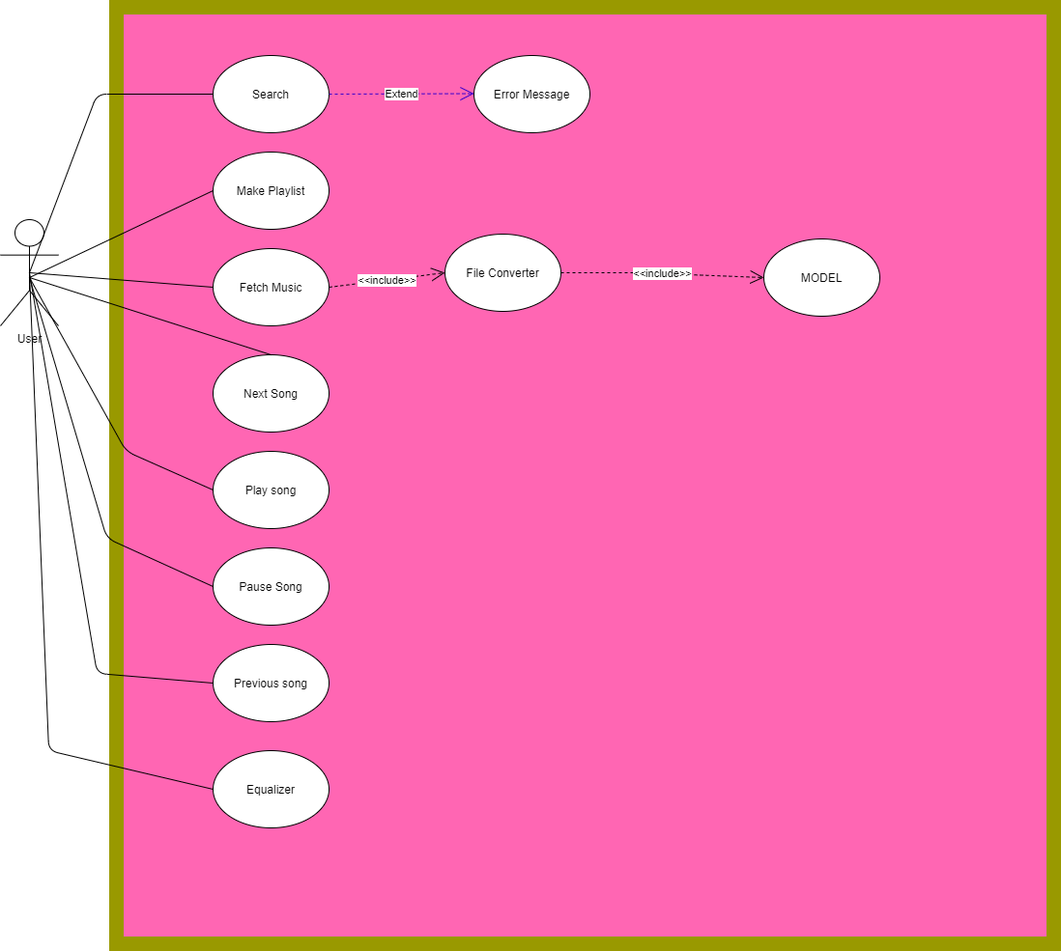
Before: Use_case_Diagram.png, a diagram exported from draw.io (khanna14/HERTZ-Group-27). Source tidied: cells renumbered, new cells last; positions are measured from the earlier drawing's top-left corner, leaving out a move shared by most shapes. The source it was exported from:
```xml
<mxGraphModel>
  <root>
    <mxCell id="0" />
    <mxCell id="1" parent="0" />
    <mxCell id="2" style="whiteSpace=wrap;html=1;fontColor=#ffffff;strokeWidth=15;fillColor=#FF66B3;strokeColor=#999900;" parent="1" vertex="1">
      <mxGeometry x="120" width="970" height="970" as="geometry" />
    </mxCell>
    <mxCell id="3" value="User" style="shape=umlActor;verticalLabelPosition=bottom;verticalAlign=top;html=1;outlineConnect=0;" parent="1" vertex="1">
      <mxGeometry y="220" width="60" height="110" as="geometry" />
    </mxCell>
    <mxCell id="4" value="Search" style="ellipse;whiteSpace=wrap;html=1;" parent="1" vertex="1">
      <mxGeometry x="220" y="50" width="120" height="80" as="geometry" />
    </mxCell>
    <mxCell id="5" value="Fetch Music" style="ellipse;whiteSpace=wrap;html=1;" parent="1" vertex="1">
      <mxGeometry x="220" y="250" width="120" height="80" as="geometry" />
    </mxCell>
    <mxCell id="6" value="Equalizer" style="ellipse;whiteSpace=wrap;html=1;" parent="1" vertex="1">
      <mxGeometry x="220" y="770" width="120" height="80" as="geometry" />
    </mxCell>
    <mxCell id="7" style="endArrow=none;html=1;exitX=0.5;exitY=0.5;exitDx=0;exitDy=0;exitPerimeter=0;entryX=0;entryY=0.5;entryDx=0;entryDy=0;" parent="1" edge="1" source="3" target="4">
      <mxGeometry relative="1" as="geometry">
        <Array as="points">
          <mxPoint x="100" y="90" />
        </Array>
      </mxGeometry>
    </mxCell>
    <mxCell id="8" value="Error Message" style="ellipse;whiteSpace=wrap;html=1;" parent="1" vertex="1">
      <mxGeometry x="490" y="50" width="120" height="80" as="geometry" />
    </mxCell>
    <mxCell id="9" value="Extend&lt;br&gt;" style="endArrow=open;endSize=12;dashed=1;html=1;fillColor=#6a00ff;strokeColor=#3700CC;" parent="1" edge="1">
      <mxGeometry relative="1" as="geometry">
        <mxPoint x="340" y="90" as="sourcePoint" />
        <mxPoint x="490" y="89.5" as="targetPoint" />
      </mxGeometry>
    </mxCell>
    <mxCell id="10" style="endArrow=none;html=1;exitX=0.5;exitY=0.5;exitDx=0;exitDy=0;exitPerimeter=0;entryX=0;entryY=0.5;entryDx=0;entryDy=0;" parent="1" edge="1" source="3" target="5">
      <mxGeometry relative="1" as="geometry" />
    </mxCell>
    <mxCell id="11" value="File Converter&lt;br&gt;" style="ellipse;whiteSpace=wrap;html=1;strokeWidth=1;fillColor=#FFFFFF;" parent="1" vertex="1">
      <mxGeometry x="460" y="235" width="120" height="80" as="geometry" />
    </mxCell>
    <mxCell id="12" value="MODEL" style="ellipse;whiteSpace=wrap;html=1;strokeColor=#000000;strokeWidth=1;fillColor=#FFFFFF;" parent="1" vertex="1">
      <mxGeometry x="790" y="240" width="120" height="80" as="geometry" />
    </mxCell>
    <mxCell id="13" value="&amp;lt;&amp;lt;include&amp;gt;&amp;gt;&lt;br&gt;" style="endArrow=open;endSize=12;dashed=1;html=1;exitX=1;exitY=0.5;exitDx=0;exitDy=0;entryX=0;entryY=0.5;entryDx=0;entryDy=0;" parent="1" edge="1" source="11" target="12">
      <mxGeometry relative="1" as="geometry">
        <Array as="points">
          <mxPoint x="660" y="275" />
        </Array>
      </mxGeometry>
    </mxCell>
    <mxCell id="14" value="&amp;lt;&amp;lt;include&amp;gt;&amp;gt;&lt;br&gt;" style="endArrow=open;endSize=12;dashed=1;html=1;entryX=0;entryY=0.5;entryDx=0;entryDy=0;" parent="1" edge="1" target="11">
      <mxGeometry relative="1" as="geometry">
        <mxPoint x="340" y="290" as="sourcePoint" />
      </mxGeometry>
    </mxCell>
    <mxCell id="15" style="endArrow=none;html=1;exitX=0.5;exitY=0.5;exitDx=0;exitDy=0;exitPerimeter=0;entryX=0;entryY=0.5;entryDx=0;entryDy=0;" parent="1" edge="1" source="3" target="6">
      <mxGeometry relative="1" as="geometry">
        <Array as="points">
          <mxPoint x="50" y="770" />
        </Array>
      </mxGeometry>
    </mxCell>
    <mxCell id="16" value="Play song" style="ellipse;whiteSpace=wrap;html=1;strokeColor=#000000;strokeWidth=1;fillColor=#FFFFFF;" parent="1" vertex="1">
      <mxGeometry x="220" y="460" width="120" height="80" as="geometry" />
    </mxCell>
    <mxCell id="17" value="Pause Song" style="ellipse;whiteSpace=wrap;html=1;strokeColor=#000000;strokeWidth=1;fillColor=#FFFFFF;" parent="1" vertex="1">
      <mxGeometry x="220" y="560" width="120" height="80" as="geometry" />
    </mxCell>
    <mxCell id="18" value="Next Song" style="ellipse;whiteSpace=wrap;html=1;strokeColor=#000000;strokeWidth=1;fillColor=#FFFFFF;" parent="1" vertex="1">
      <mxGeometry x="220" y="360" width="120" height="80" as="geometry" />
    </mxCell>
    <mxCell id="19" value="Previous song&lt;br&gt;" style="ellipse;whiteSpace=wrap;html=1;strokeColor=#000000;strokeWidth=1;fillColor=#FFFFFF;" parent="1" vertex="1">
      <mxGeometry x="220" y="660" width="120" height="80" as="geometry" />
    </mxCell>
    <mxCell id="20" style="endArrow=none;html=1;entryX=0.5;entryY=0;entryDx=0;entryDy=0;" parent="1" edge="1" target="18">
      <mxGeometry relative="1" as="geometry">
        <mxPoint x="30" y="280" as="sourcePoint" />
      </mxGeometry>
    </mxCell>
    <mxCell id="21" style="endArrow=none;html=1;entryX=0;entryY=0.5;entryDx=0;entryDy=0;" parent="1" edge="1" target="16">
      <mxGeometry relative="1" as="geometry">
        <mxPoint x="30" y="280" as="sourcePoint" />
        <Array as="points">
          <mxPoint x="130" y="460" />
        </Array>
      </mxGeometry>
    </mxCell>
    <mxCell id="22" style="endArrow=none;html=1;entryX=0;entryY=0.5;entryDx=0;entryDy=0;" parent="1" edge="1" target="17">
      <mxGeometry relative="1" as="geometry">
        <mxPoint x="30" y="280" as="sourcePoint" />
        <Array as="points">
          <mxPoint x="110" y="550" />
        </Array>
      </mxGeometry>
    </mxCell>
    <mxCell id="23" style="endArrow=none;html=1;exitX=0.5;exitY=0.5;exitDx=0;exitDy=0;exitPerimeter=0;entryX=0;entryY=0.5;entryDx=0;entryDy=0;" parent="1" edge="1" source="3" target="19">
      <mxGeometry relative="1" as="geometry">
        <Array as="points">
          <mxPoint x="100" y="690" />
        </Array>
      </mxGeometry>
    </mxCell>
    <mxCell id="24" value="Make Playlist" style="ellipse;whiteSpace=wrap;html=1;strokeColor=#000000;strokeWidth=1;fillColor=#FFFFFF;" parent="1" vertex="1">
      <mxGeometry x="220" y="150" width="120" height="80" as="geometry" />
    </mxCell>
    <mxCell id="25" style="endArrow=none;html=1;entryX=0;entryY=0.5;entryDx=0;entryDy=0;" parent="1" edge="1" target="24">
      <mxGeometry relative="1" as="geometry">
        <mxPoint x="30" y="280" as="sourcePoint" />
      </mxGeometry>
    </mxCell>
  </root>
</mxGraphModel>
```
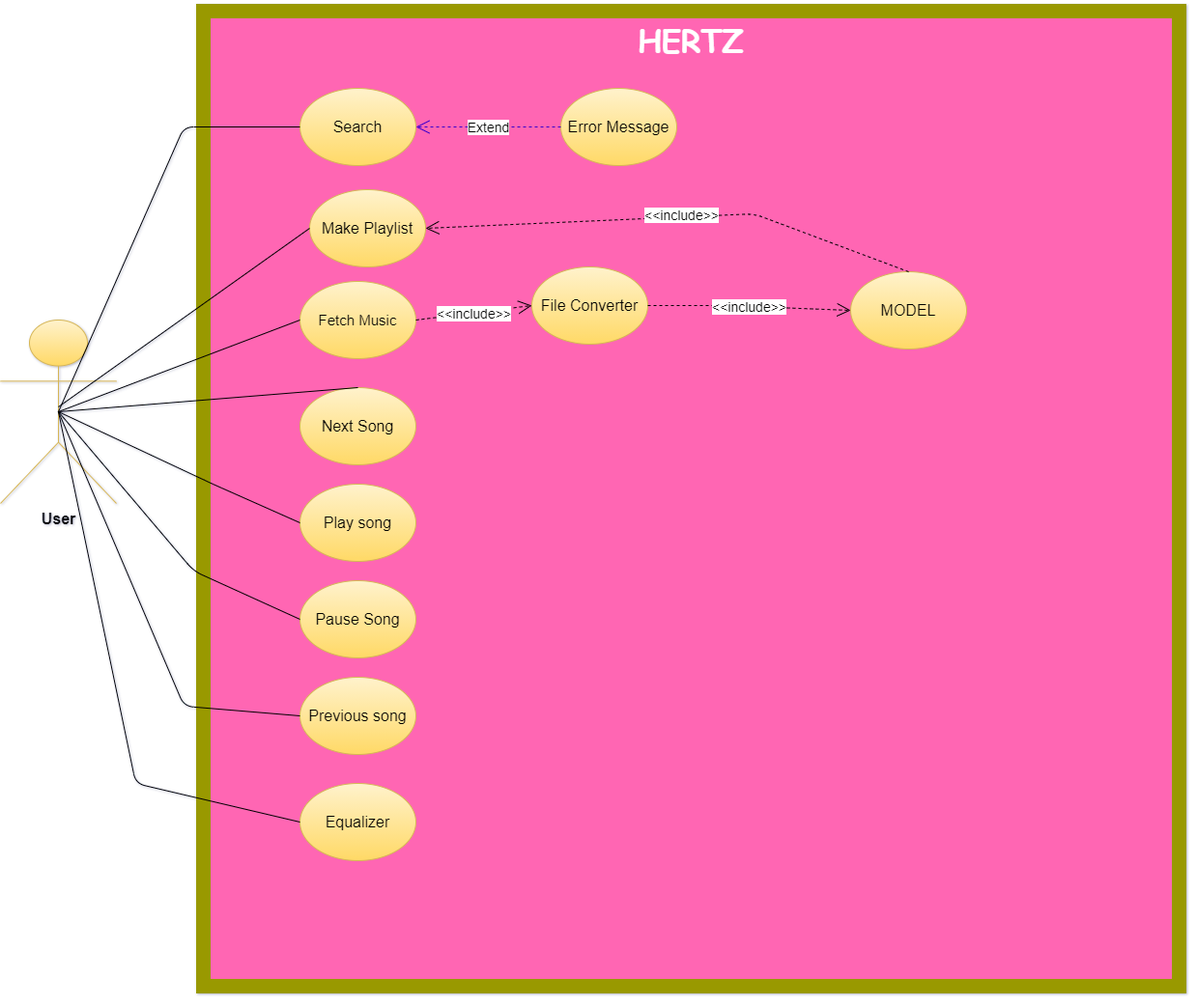
After the commit.

The edit, as a diff of the source:
```diff
@@ -1,20 +1,20 @@
-<mxGraphModel>
+<mxGraphModel shadow="1">
   <root>
     <mxCell id="0" />
     <mxCell id="1" parent="0" />
-    <mxCell id="2" style="whiteSpace=wrap;html=1;fontColor=#ffffff;strokeWidth=15;fillColor=#FF66B3;strokeColor=#999900;" parent="1" vertex="1">
-      <mxGeometry x="120" width="970" height="970" as="geometry" />
+    <mxCell id="2" style="whiteSpace=wrap;html=1;fontColor=#ffffff;strokeWidth=15;fillColor=#FF66B3;strokeColor=#999900;fontSize=17;" parent="1" vertex="1">
+      <mxGeometry x="120" y="-30" width="1010" height="1010" as="geometry" />
     </mxCell>
-    <mxCell id="3" value="User" style="shape=umlActor;verticalLabelPosition=bottom;verticalAlign=top;html=1;outlineConnect=0;" parent="1" vertex="1">
-      <mxGeometry y="220" width="60" height="110" as="geometry" />
+    <mxCell id="3" value="&lt;b&gt;&lt;font style=&quot;font-size: 16px&quot;&gt;User&lt;/font&gt;&lt;/b&gt;" style="shape=umlActor;verticalLabelPosition=bottom;verticalAlign=top;html=1;outlineConnect=0;gradientColor=#ffd966;fillColor=#fff2cc;strokeColor=#d6b656;" parent="1" vertex="1">
+      <mxGeometry x="-90" y="290" width="120" height="190" as="geometry" />
     </mxCell>
-    <mxCell id="4" value="Search" style="ellipse;whiteSpace=wrap;html=1;" parent="1" vertex="1">
+    <mxCell id="4" value="&lt;font style=&quot;font-size: 16px&quot;&gt;Search&lt;/font&gt;" style="ellipse;whiteSpace=wrap;html=1;gradientColor=#ffd966;fillColor=#fff2cc;strokeColor=#d6b656;" parent="1" vertex="1">
       <mxGeometry x="220" y="50" width="120" height="80" as="geometry" />
     </mxCell>
-    <mxCell id="5" value="Fetch Music" style="ellipse;whiteSpace=wrap;html=1;" parent="1" vertex="1">
+    <mxCell id="5" value="&lt;font style=&quot;font-size: 15px&quot;&gt;Fetch Music&lt;/font&gt;" style="ellipse;whiteSpace=wrap;html=1;gradientColor=#ffd966;fillColor=#fff2cc;strokeColor=#d6b656;" parent="1" vertex="1">
       <mxGeometry x="220" y="250" width="120" height="80" as="geometry" />
     </mxCell>
-    <mxCell id="6" value="Equalizer" style="ellipse;whiteSpace=wrap;html=1;" parent="1" vertex="1">
+    <mxCell id="6" value="&lt;font style=&quot;font-size: 16px&quot;&gt;Equalizer&lt;/font&gt;" style="ellipse;whiteSpace=wrap;html=1;gradientColor=#ffd966;fillColor=#fff2cc;strokeColor=#d6b656;" parent="1" vertex="1">
       <mxGeometry x="220" y="770" width="120" height="80" as="geometry" />
     </mxCell>
     <mxCell id="7" style="endArrow=none;html=1;exitX=0.5;exitY=0.5;exitDx=0;exitDy=0;exitPerimeter=0;entryX=0;entryY=0.5;entryDx=0;entryDy=0;" parent="1" edge="1" source="3" target="4">
@@ -24,32 +24,33 @@
         </Array>
       </mxGeometry>
     </mxCell>
-    <mxCell id="8" value="Error Message" style="ellipse;whiteSpace=wrap;html=1;" parent="1" vertex="1">
+    <mxCell id="8" value="&lt;font style=&quot;font-size: 16px&quot;&gt;Error Message&lt;/font&gt;" style="ellipse;whiteSpace=wrap;html=1;gradientColor=#ffd966;fillColor=#fff2cc;strokeColor=#d6b656;" parent="1" vertex="1">
       <mxGeometry x="490" y="50" width="120" height="80" as="geometry" />
     </mxCell>
-    <mxCell id="9" value="Extend&lt;br&gt;" style="endArrow=open;endSize=12;dashed=1;html=1;fillColor=#6a00ff;strokeColor=#3700CC;" parent="1" edge="1">
+    <mxCell id="9" value="Extend&lt;br style=&quot;font-size: 14px;&quot;&gt;" style="endArrow=open;endSize=12;dashed=1;html=1;fillColor=#6a00ff;strokeColor=#3700CC;entryX=1;entryY=0.5;entryDx=0;entryDy=0;exitX=0;exitY=0.5;exitDx=0;exitDy=0;labelBackgroundColor=#FFFFFF;fontSize=14;" parent="1" edge="1" source="8" target="4">
       <mxGeometry relative="1" as="geometry">
-        <mxPoint x="340" y="90" as="sourcePoint" />
-        <mxPoint x="490" y="89.5" as="targetPoint" />
+        <Array as="points">
+          <mxPoint x="410" y="90" />
+        </Array>
       </mxGeometry>
     </mxCell>
     <mxCell id="10" style="endArrow=none;html=1;exitX=0.5;exitY=0.5;exitDx=0;exitDy=0;exitPerimeter=0;entryX=0;entryY=0.5;entryDx=0;entryDy=0;" parent="1" edge="1" source="3" target="5">
       <mxGeometry relative="1" as="geometry" />
     </mxCell>
-    <mxCell id="11" value="File Converter&lt;br&gt;" style="ellipse;whiteSpace=wrap;html=1;strokeWidth=1;fillColor=#FFFFFF;" parent="1" vertex="1">
+    <mxCell id="11" value="&lt;font style=&quot;font-size: 16px&quot;&gt;File Converter&lt;/font&gt;" style="ellipse;whiteSpace=wrap;html=1;strokeWidth=1;fillColor=#fff2cc;gradientColor=#ffd966;strokeColor=#d6b656;" parent="1" vertex="1">
       <mxGeometry x="460" y="235" width="120" height="80" as="geometry" />
     </mxCell>
-    <mxCell id="12" value="MODEL" style="ellipse;whiteSpace=wrap;html=1;strokeColor=#000000;strokeWidth=1;fillColor=#FFFFFF;" parent="1" vertex="1">
+    <mxCell id="12" value="&lt;font style=&quot;font-size: 16px&quot;&gt;MODEL&lt;/font&gt;" style="ellipse;whiteSpace=wrap;html=1;strokeColor=#d6b656;strokeWidth=1;fillColor=#fff2cc;gradientColor=#ffd966;" parent="1" vertex="1">
       <mxGeometry x="790" y="240" width="120" height="80" as="geometry" />
     </mxCell>
-    <mxCell id="13" value="&amp;lt;&amp;lt;include&amp;gt;&amp;gt;&lt;br&gt;" style="endArrow=open;endSize=12;dashed=1;html=1;exitX=1;exitY=0.5;exitDx=0;exitDy=0;entryX=0;entryY=0.5;entryDx=0;entryDy=0;" parent="1" edge="1" source="11" target="12">
+    <mxCell id="13" value="&amp;lt;&amp;lt;include&amp;gt;&amp;gt;&lt;br style=&quot;font-size: 14px;&quot;&gt;" style="endArrow=open;endSize=12;dashed=1;html=1;exitX=1;exitY=0.5;exitDx=0;exitDy=0;entryX=0;entryY=0.5;entryDx=0;entryDy=0;fontSize=14;" parent="1" edge="1" source="11" target="12">
       <mxGeometry relative="1" as="geometry">
         <Array as="points">
           <mxPoint x="660" y="275" />
         </Array>
       </mxGeometry>
     </mxCell>
-    <mxCell id="14" value="&amp;lt;&amp;lt;include&amp;gt;&amp;gt;&lt;br&gt;" style="endArrow=open;endSize=12;dashed=1;html=1;entryX=0;entryY=0.5;entryDx=0;entryDy=0;" parent="1" edge="1" target="11">
+    <mxCell id="14" value="&lt;font style=&quot;font-size: 14px&quot;&gt;&amp;lt;&amp;lt;include&amp;gt;&amp;gt;&lt;/font&gt;" style="endArrow=open;endSize=12;dashed=1;html=1;entryX=0;entryY=0.5;entryDx=0;entryDy=0;" parent="1" edge="1" target="11">
       <mxGeometry relative="1" as="geometry">
         <mxPoint x="340" y="290" as="sourcePoint" />
       </mxGeometry>
@@ -61,34 +62,30 @@
         </Array>
       </mxGeometry>
     </mxCell>
-    <mxCell id="16" value="Play song" style="ellipse;whiteSpace=wrap;html=1;strokeColor=#000000;strokeWidth=1;fillColor=#FFFFFF;" parent="1" vertex="1">
+    <mxCell id="16" value="Play song" style="ellipse;whiteSpace=wrap;html=1;strokeColor=#d6b656;strokeWidth=1;fillColor=#fff2cc;fontSize=16;gradientColor=#ffd966;" parent="1" vertex="1">
       <mxGeometry x="220" y="460" width="120" height="80" as="geometry" />
     </mxCell>
-    <mxCell id="17" value="Pause Song" style="ellipse;whiteSpace=wrap;html=1;strokeColor=#000000;strokeWidth=1;fillColor=#FFFFFF;" parent="1" vertex="1">
+    <mxCell id="17" value="&lt;font style=&quot;font-size: 16px&quot;&gt;Pause Song&lt;/font&gt;" style="ellipse;whiteSpace=wrap;html=1;strokeColor=#d6b656;strokeWidth=1;fillColor=#fff2cc;gradientColor=#ffd966;" parent="1" vertex="1">
       <mxGeometry x="220" y="560" width="120" height="80" as="geometry" />
     </mxCell>
-    <mxCell id="18" value="Next Song" style="ellipse;whiteSpace=wrap;html=1;strokeColor=#000000;strokeWidth=1;fillColor=#FFFFFF;" parent="1" vertex="1">
+    <mxCell id="18" value="&lt;font style=&quot;font-size: 16px&quot;&gt;Next Song&lt;/font&gt;" style="ellipse;whiteSpace=wrap;html=1;strokeColor=#d6b656;strokeWidth=1;fillColor=#fff2cc;gradientColor=#ffd966;" parent="1" vertex="1">
       <mxGeometry x="220" y="360" width="120" height="80" as="geometry" />
     </mxCell>
-    <mxCell id="19" value="Previous song&lt;br&gt;" style="ellipse;whiteSpace=wrap;html=1;strokeColor=#000000;strokeWidth=1;fillColor=#FFFFFF;" parent="1" vertex="1">
+    <mxCell id="19" value="Previous song&lt;br style=&quot;font-size: 16px;&quot;&gt;" style="ellipse;whiteSpace=wrap;html=1;strokeColor=#d6b656;strokeWidth=1;fillColor=#fff2cc;fontSize=16;gradientColor=#ffd966;" parent="1" vertex="1">
       <mxGeometry x="220" y="660" width="120" height="80" as="geometry" />
     </mxCell>
-    <mxCell id="20" style="endArrow=none;html=1;entryX=0.5;entryY=0;entryDx=0;entryDy=0;" parent="1" edge="1" target="18">
-      <mxGeometry relative="1" as="geometry">
-        <mxPoint x="30" y="280" as="sourcePoint" />
-      </mxGeometry>
+    <mxCell id="20" style="endArrow=none;html=1;entryX=0.5;entryY=0;entryDx=0;entryDy=0;exitX=0.5;exitY=0.5;exitDx=0;exitDy=0;exitPerimeter=0;" parent="1" edge="1" source="3" target="18">
+      <mxGeometry relative="1" as="geometry" />
     </mxCell>
-    <mxCell id="21" style="endArrow=none;html=1;entryX=0;entryY=0.5;entryDx=0;entryDy=0;" parent="1" edge="1" target="16">
+    <mxCell id="21" style="endArrow=none;html=1;entryX=0;entryY=0.5;entryDx=0;entryDy=0;exitX=0.5;exitY=0.5;exitDx=0;exitDy=0;exitPerimeter=0;" parent="1" edge="1" source="3" target="16">
       <mxGeometry relative="1" as="geometry">
-        <mxPoint x="30" y="280" as="sourcePoint" />
         <Array as="points">
           <mxPoint x="130" y="460" />
         </Array>
       </mxGeometry>
     </mxCell>
-    <mxCell id="22" style="endArrow=none;html=1;entryX=0;entryY=0.5;entryDx=0;entryDy=0;" parent="1" edge="1" target="17">
+    <mxCell id="22" style="endArrow=none;html=1;entryX=0;entryY=0.5;entryDx=0;entryDy=0;exitX=0.5;exitY=0.5;exitDx=0;exitDy=0;exitPerimeter=0;" parent="1" edge="1" source="3" target="17">
       <mxGeometry relative="1" as="geometry">
-        <mxPoint x="30" y="280" as="sourcePoint" />
         <Array as="points">
           <mxPoint x="110" y="550" />
         </Array>
@@ -101,13 +98,23 @@
         </Array>
       </mxGeometry>
     </mxCell>
-    <mxCell id="24" value="Make Playlist" style="ellipse;whiteSpace=wrap;html=1;strokeColor=#000000;strokeWidth=1;fillColor=#FFFFFF;" parent="1" vertex="1">
-      <mxGeometry x="220" y="150" width="120" height="80" as="geometry" />
+    <mxCell id="24" value="&lt;font style=&quot;font-size: 16px&quot;&gt;Make Playlist&lt;/font&gt;" style="ellipse;whiteSpace=wrap;html=1;strokeColor=#d6b656;strokeWidth=1;fillColor=#fff2cc;gradientColor=#ffd966;" parent="1" vertex="1">
+      <mxGeometry x="230" y="155" width="120" height="80" as="geometry" />
     </mxCell>
     <mxCell id="25" style="endArrow=none;html=1;entryX=0;entryY=0.5;entryDx=0;entryDy=0;" parent="1" edge="1" target="24">
       <mxGeometry relative="1" as="geometry">
-        <mxPoint x="30" y="280" as="sourcePoint" />
+        <mxPoint x="-30" y="380" as="sourcePoint" />
       </mxGeometry>
     </mxCell>
+    <mxCell id="26" value="&amp;lt;&amp;lt;include&amp;gt;&amp;gt;" style="endArrow=open;endSize=12;dashed=1;html=1;fillColor=#F694C1;exitX=0.5;exitY=0;exitDx=0;exitDy=0;entryX=1;entryY=0.5;entryDx=0;entryDy=0;fontSize=14;" parent="1" edge="1" source="12" target="24">
+      <mxGeometry x="-0.04" y="-2" relative="1" as="geometry">
+        <Array as="points">
+          <mxPoint x="690" y="180" />
+        </Array>
+      </mxGeometry>
+    </mxCell>
+    <mxCell id="27" value="&lt;h1&gt;&lt;font face=&quot;Comic Sans MS&quot; color=&quot;#ffffff&quot;&gt;HERTZ&lt;/font&gt;&lt;/h1&gt;" style="text;html=1;strokeColor=none;fillColor=none;align=center;verticalAlign=middle;whiteSpace=wrap;rounded=0;sketch=0;fontSize=16;fontColor=#FFFFCC;" parent="1" vertex="1">
+      <mxGeometry x="605" y="-10" width="40" height="20" as="geometry" />
+    </mxCell>
   </root>
 </mxGraphModel>
```
